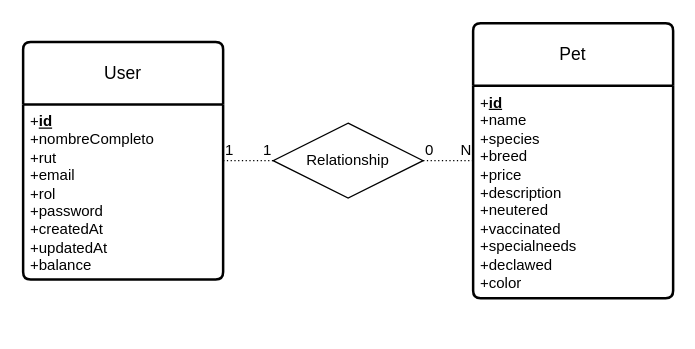
rogandven/LilysPetShelter keeps this draw.io diagram as docs/MER.drawio. Above is the earlier version. Source tidied: cells renumbered, new cells numbered last; positions are measured from the earlier drawing's top-left corner, leaving out a move shared by most shapes. Both pictures are drawn from the tidied source at 125%, with x=0, y=0 at pixel (22, 22).
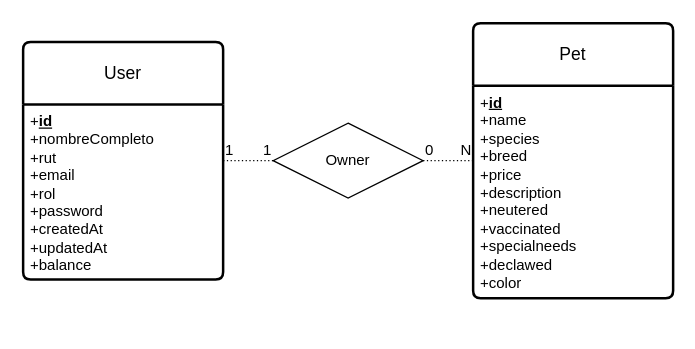
After the change.

Change to the diagram source:
```diff
@@
 <mxGraphModel>
   <root>
     <mxCell id="0" />
     <mxCell id="1" parent="0" />
     <mxCell id="2" value="User" style="swimlane;horizontal=1;startSize=50;rounded=1;fontSize=14;fontStyle=0;strokeWidth=2;shadow=0;dashed=0;align=center;arcSize=4;whiteSpace=wrap;html=1;" parent="1" vertex="1">
       <mxGeometry y="15" width="160" height="190" as="geometry" />
     </mxCell>
     <mxCell id="3" value="+&lt;b&gt;&lt;u&gt;id&lt;/u&gt;&lt;/b&gt;&lt;br&gt;+nombreCompleto&lt;br&gt;+rut&lt;div&gt;+email&lt;/div&gt;&lt;div&gt;+rol&lt;/div&gt;&lt;div&gt;+password&lt;/div&gt;&lt;div&gt;+createdAt&lt;/div&gt;&lt;div&gt;+updatedAt&lt;/div&gt;&lt;div&gt;+balance&lt;/div&gt;&lt;div&gt;&lt;br&gt;&lt;/div&gt;" style="align=left;strokeColor=none;fillColor=none;spacingLeft=4;spacingRight=4;fontSize=12;verticalAlign=top;html=1;whiteSpace=wrap;" parent="2" vertex="1">
       <mxGeometry y="50" width="160" height="140" as="geometry" />
     </mxCell>
     <mxCell id="4" value="Pet" style="swimlane;horizontal=1;startSize=50;rounded=1;fontSize=14;fontStyle=0;strokeWidth=2;shadow=0;dashed=0;align=center;arcSize=4;whiteSpace=wrap;html=1;" parent="1" vertex="1">
       <mxGeometry x="360" width="160" height="220" as="geometry" />
     </mxCell>
     <mxCell id="5" value="+&lt;b&gt;&lt;u&gt;id&lt;/u&gt;&lt;/b&gt;&lt;br&gt;+name&lt;br&gt;+species&lt;div&gt;+breed&lt;br&gt;&lt;div&gt;+price&lt;/div&gt;&lt;div&gt;+description&lt;/div&gt;&lt;div&gt;+neutered&lt;/div&gt;&lt;div&gt;+vaccinated&lt;/div&gt;&lt;div&gt;+specialneeds&lt;/div&gt;&lt;div&gt;+declawed&lt;/div&gt;&lt;div&gt;+color&lt;/div&gt;&lt;div&gt;&lt;br&gt;&lt;/div&gt;&lt;div&gt;&lt;br&gt;&lt;/div&gt;&lt;/div&gt;" style="align=left;strokeColor=none;fillColor=none;spacingLeft=4;spacingRight=4;fontSize=12;verticalAlign=top;html=1;whiteSpace=wrap;" parent="4" vertex="1">
       <mxGeometry y="50" width="160" height="170" as="geometry" />
     </mxCell>
     <mxCell id="6" style="endArrow=none;html=1;rounded=0;dashed=1;dashPattern=1 2;entryX=0;entryY=0.5;entryDx=0;entryDy=0;" parent="1" edge="1" source="2" target="9">
       <mxGeometry relative="1" as="geometry" />
     </mxCell>
     <mxCell id="7" value="1" style="html=1;whiteSpace=wrap;align=left;verticalAlign=bottom;" parent="6" vertex="1">
       <mxGeometry x="-1" relative="1" as="geometry" />
     </mxCell>
     <mxCell id="8" value="1" style="html=1;whiteSpace=wrap;align=right;verticalAlign=bottom;" parent="6" vertex="1">
       <mxGeometry x="1" relative="1" as="geometry" />
     </mxCell>
-    <mxCell id="9" value="Relationship" style="shape=rhombus;perimeter=rhombusPerimeter;whiteSpace=wrap;html=1;align=center;" parent="1" vertex="1">
+    <mxCell id="9" value="Owner" style="shape=rhombus;perimeter=rhombusPerimeter;whiteSpace=wrap;html=1;align=center;" parent="1" vertex="1">
       <mxGeometry x="200" y="80" width="120" height="60" as="geometry" />
     </mxCell>
     <mxCell id="10" style="endArrow=none;html=1;rounded=0;dashed=1;dashPattern=1 2;exitX=1;exitY=0.5;exitDx=0;exitDy=0;" parent="1" edge="1" source="9" target="4">
       <mxGeometry relative="1" as="geometry" />
     </mxCell>
     <mxCell id="11" value="0" style="html=1;whiteSpace=wrap;align=left;verticalAlign=bottom;" parent="10" vertex="1">
       <mxGeometry x="-1" relative="1" as="geometry" />
     </mxCell>
     <mxCell id="12" value="N" style="html=1;whiteSpace=wrap;align=right;verticalAlign=bottom;" parent="10" vertex="1">
       <mxGeometry x="1" relative="1" as="geometry" />
     </mxCell>
   </root>
 </mxGraphModel>
```
